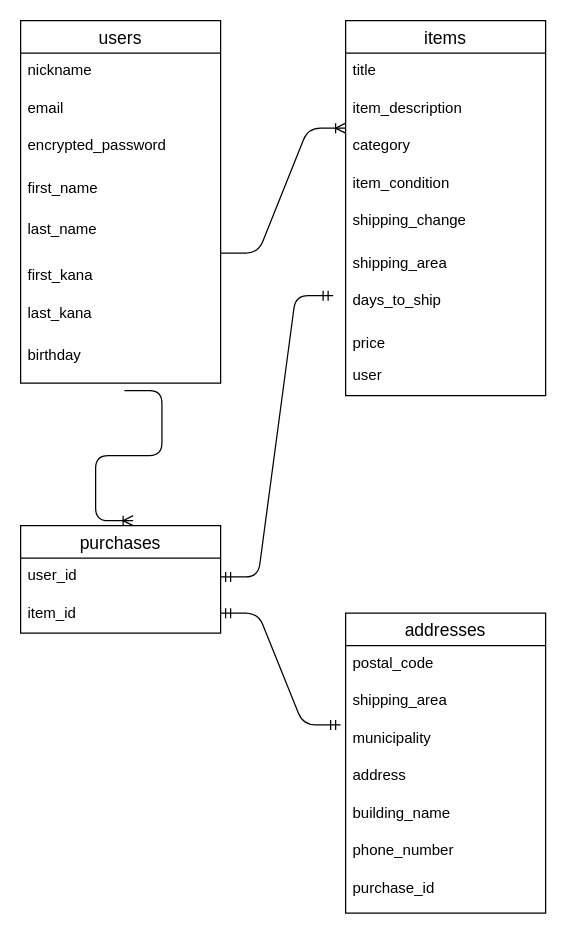
This is er_furima.dio from Masaki-Ohtaka/furima-34335, a draw.io file, before an edit. Source tidied: cells renumbered, new cells numbered last; positions are measured from the earlier drawing's top-left corner, leaving out a move shared by most shapes. Both pictures are drawn from the tidied source at 125%, with x=0, y=0 at pixel (20, 20).
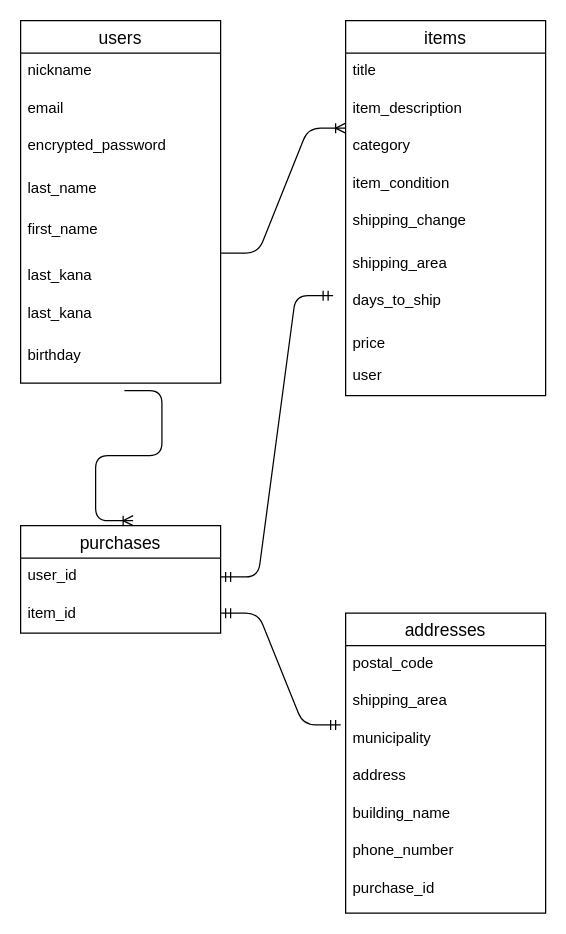
The same diagram, later.

The edit, as a diff of the source:
```diff
@@
-    <mxCell id="6" value="first_name" style="text;strokeColor=none;fillColor=none;spacingLeft=4;spacingRight=4;overflow=hidden;fontSize=12;" parent="1" vertex="1">
+    <mxCell id="6" value="last_name" style="text;strokeColor=none;fillColor=none;spacingLeft=4;spacingRight=4;overflow=hidden;fontSize=12;" parent="1" vertex="1">
       <mxGeometry y="120" width="160" height="30" as="geometry" />
     </mxCell>
-    <mxCell id="7" value="last_name" style="text;strokeColor=none;fillColor=none;spacingLeft=4;spacingRight=4;overflow=hidden;fontSize=12;" parent="1" vertex="1">
+    <mxCell id="7" value="first_name" style="text;strokeColor=none;fillColor=none;spacingLeft=4;spacingRight=4;overflow=hidden;fontSize=12;" parent="1" vertex="1">
       <mxGeometry y="153" width="160" height="34" as="geometry" />
     </mxCell>
-    <mxCell id="8" value="first_kana" style="text;strokeColor=none;fillColor=none;spacingLeft=4;spacingRight=4;overflow=hidden;fontSize=12;" parent="1" vertex="1">
+    <mxCell id="8" value="last_kana" style="text;strokeColor=none;fillColor=none;spacingLeft=4;spacingRight=4;overflow=hidden;fontSize=12;" parent="1" vertex="1">
       <mxGeometry y="190" width="160" height="34" as="geometry" />
     </mxCell>
```
